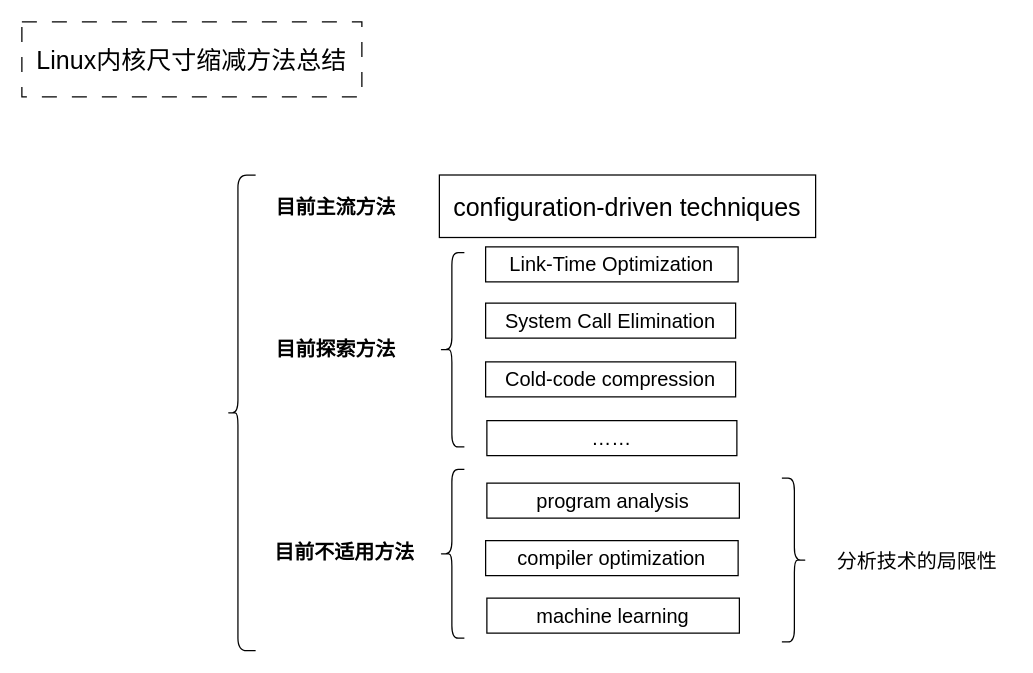
The draw.io diagram Linux内核尺寸缩减方法总结.drawio in plotusim/home-, before the edit. Source tidied: cells renumbered, new cells numbered last; positions are measured from the earlier drawing's top-left corner, leaving out a move shared by most shapes. Both pictures are drawn from the tidied source at 125%, with x=0, y=0 at pixel (21, 21).
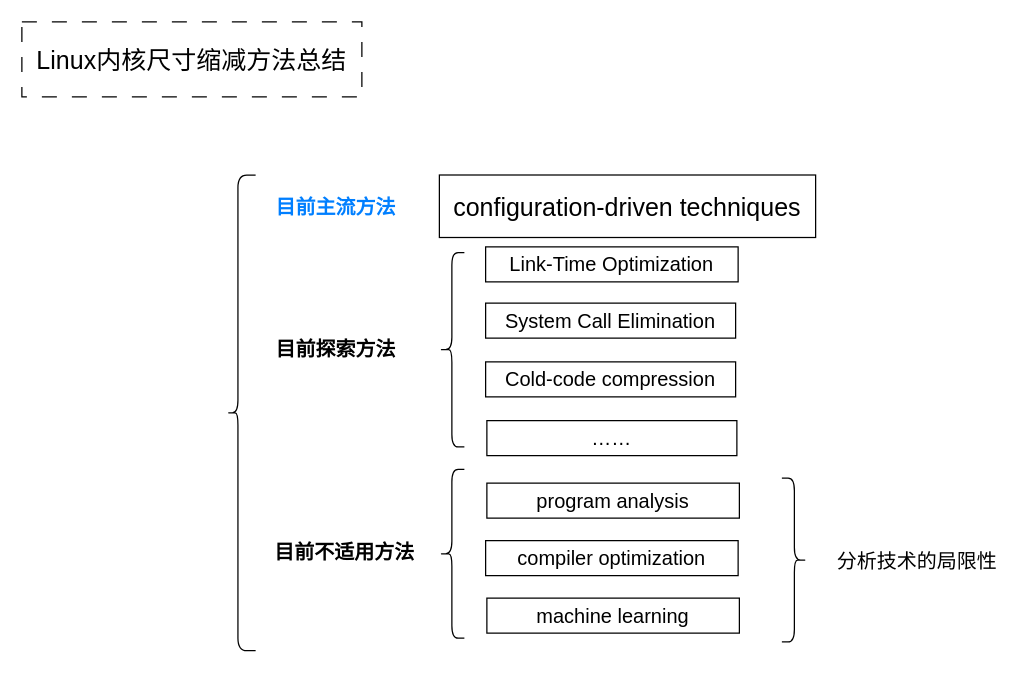
The same page after the edit.

Commit message (it also covers changes not shown here):
更新Linux内核尺寸缩减方法总结.drawio

Change to the diagram source:
```diff
@@
 <mxGraphModel>
   <root>
     <mxCell id="0" />
     <mxCell id="1" parent="0" />
     <mxCell id="2" value="&lt;font style=&quot;font-size: 20px;&quot;&gt;Linux内核尺寸缩减方法总结&lt;/font&gt;" style="rounded=0;whiteSpace=wrap;html=1;fontSize=16;dashed=1;dashPattern=12 12;" parent="1" vertex="1">
       <mxGeometry width="272" height="60" as="geometry" />
     </mxCell>
     <mxCell id="3" style="shape=curlyBracket;whiteSpace=wrap;html=1;rounded=1;labelPosition=left;verticalLabelPosition=middle;align=right;verticalAlign=middle;fontSize=16;size=0.38499984741210935;" parent="1" vertex="1">
       <mxGeometry x="164" y="122.5" width="23" height="380.5" as="geometry" />
     </mxCell>
-    <mxCell id="4" value="&lt;b&gt;目前主流方法&lt;/b&gt;" style="rounded=0;whiteSpace=wrap;html=1;fontSize=16;strokeColor=none;" parent="1" vertex="1">
+    <mxCell id="4" value="&lt;b&gt;&lt;font color=&quot;#007fff&quot;&gt;目前主流方法&lt;/font&gt;&lt;/b&gt;" style="rounded=0;whiteSpace=wrap;html=1;fontSize=16;strokeColor=none;" parent="1" vertex="1">
       <mxGeometry x="193" y="128" width="117" height="39" as="geometry" />
     </mxCell>
     <mxCell id="5" value="&lt;font style=&quot;font-size: 20px;&quot;&gt;configuration-driven techniques&lt;/font&gt;" style="rounded=0;whiteSpace=wrap;html=1;fontSize=16;" parent="1" vertex="1">
       <mxGeometry x="334" y="122.5" width="301" height="50" as="geometry" />
     </mxCell>
     <mxCell id="6" value="&lt;b&gt;目前探索方法&lt;/b&gt;" style="rounded=0;whiteSpace=wrap;html=1;fontSize=16;strokeColor=none;" parent="1" vertex="1">
       <mxGeometry x="193" y="242.8" width="117" height="39" as="geometry" />
     </mxCell>
     <mxCell id="7" style="shape=curlyBracket;whiteSpace=wrap;html=1;rounded=1;labelPosition=left;verticalLabelPosition=middle;align=right;verticalAlign=middle;fontSize=16;" parent="1" vertex="1">
       <mxGeometry x="334" y="184.5" width="20" height="155.5" as="geometry" />
     </mxCell>
     <mxCell id="8" value="&lt;div&gt;Link-Time Optimization&lt;/div&gt;" style="rounded=0;whiteSpace=wrap;html=1;fontSize=16;" parent="1" vertex="1">
       <mxGeometry x="371" y="180" width="202" height="28" as="geometry" />
     </mxCell>
     <mxCell id="9" value="&lt;div&gt;System Call Elimination&lt;/div&gt;" style="rounded=0;whiteSpace=wrap;html=1;fontSize=16;" parent="1" vertex="1">
       <mxGeometry x="371" y="225" width="200" height="28" as="geometry" />
     </mxCell>
     <mxCell id="10" value="&lt;div&gt;Cold-code compression&lt;/div&gt;" style="rounded=0;whiteSpace=wrap;html=1;fontSize=16;" parent="1" vertex="1">
       <mxGeometry x="371" y="272" width="200" height="28" as="geometry" />
     </mxCell>
     <mxCell id="11" value="……" style="rounded=0;whiteSpace=wrap;html=1;fontSize=16;" parent="1" vertex="1">
       <mxGeometry x="372" y="319" width="200" height="28" as="geometry" />
     </mxCell>
     <mxCell id="12" value="&lt;b&gt;目前不适用方法&lt;/b&gt;" style="rounded=0;whiteSpace=wrap;html=1;fontSize=16;strokeColor=none;" parent="1" vertex="1">
       <mxGeometry x="193" y="404" width="131" height="39" as="geometry" />
     </mxCell>
     <mxCell id="13" style="shape=curlyBracket;whiteSpace=wrap;html=1;rounded=1;labelPosition=left;verticalLabelPosition=middle;align=right;verticalAlign=middle;fontSize=16;" parent="1" vertex="1">
       <mxGeometry x="334" y="358" width="20" height="135" as="geometry" />
     </mxCell>
     <mxCell id="14" value="program analysis" style="rounded=0;whiteSpace=wrap;html=1;fontSize=16;" parent="1" vertex="1">
       <mxGeometry x="372" y="369" width="202" height="28" as="geometry" />
     </mxCell>
     <mxCell id="15" value="compiler optimization" style="rounded=0;whiteSpace=wrap;html=1;fontSize=16;" parent="1" vertex="1">
       <mxGeometry x="371" y="415" width="202" height="28" as="geometry" />
     </mxCell>
     <mxCell id="16" value="machine learning" style="rounded=0;whiteSpace=wrap;html=1;fontSize=16;" parent="1" vertex="1">
       <mxGeometry x="372" y="461" width="202" height="28" as="geometry" />
     </mxCell>
     <mxCell id="17" style="shape=curlyBracket;whiteSpace=wrap;html=1;rounded=1;flipH=1;labelPosition=right;verticalLabelPosition=middle;align=left;verticalAlign=middle;fontSize=16;" parent="1" vertex="1">
       <mxGeometry x="608" y="365" width="20" height="131" as="geometry" />
     </mxCell>
     <mxCell id="18" value="分析技术的局限性" style="rounded=0;whiteSpace=wrap;html=1;fontSize=16;strokeColor=none;" parent="1" vertex="1">
       <mxGeometry x="642" y="412.5" width="149" height="36" as="geometry" />
     </mxCell>
   </root>
 </mxGraphModel>
```
